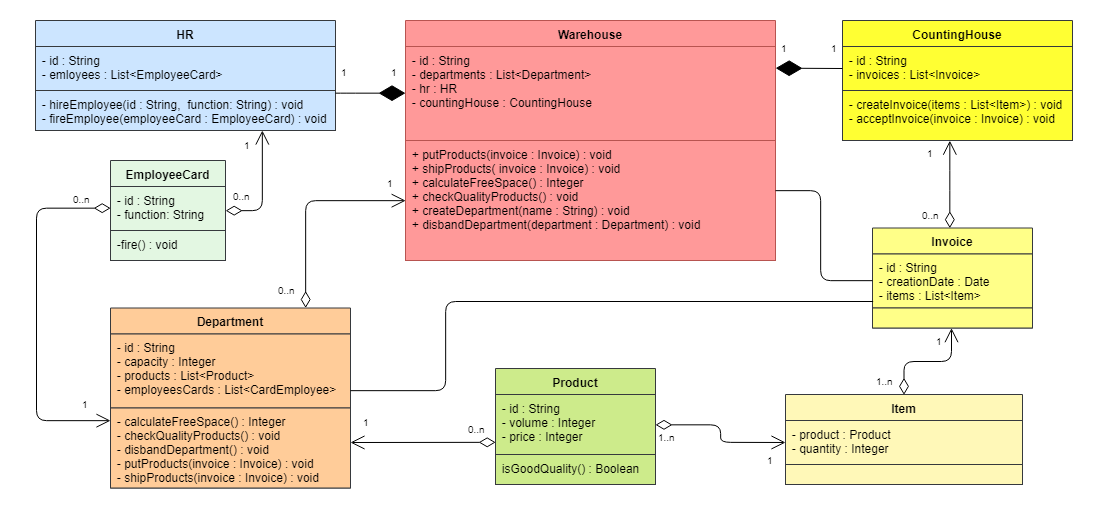
Earlier version of the draw.io export Warehouse.png (MaxValencio/task_7_decompose_warehouse). Source tidied: cells renumbered, new cells last; positions are measured from the earlier drawing's top-left corner, leaving out a move shared by most shapes.
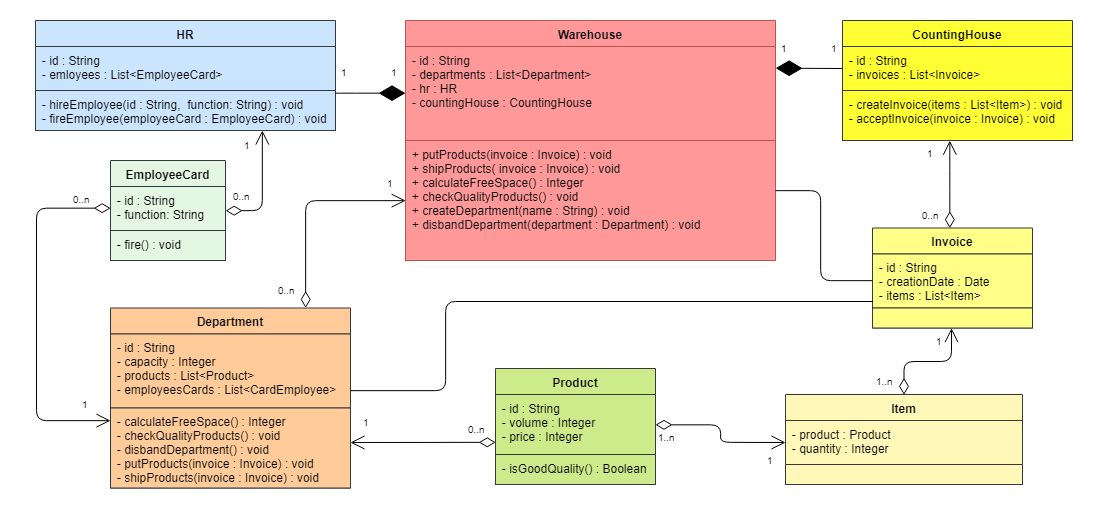
Later version of the same file.

The edit, as a diff of the source:
```diff
@@ -35,7 +35,7 @@
     <mxCell id="12" value="- id : String&#10;- volume : Integer&#10;- price : Integer&#10;&#10;" style="text;strokeColor=#36393d;fillColor=#cdeb8b;align=left;verticalAlign=top;spacingLeft=4;spacingRight=4;overflow=hidden;points=[[0,0.5],[1,0.5]];portConstraint=eastwest;" parent="11" vertex="1">
       <mxGeometry y="26" width="160" height="60" as="geometry" />
     </mxCell>
-    <mxCell id="13" value="isGoodQuality() : Boolean" style="text;strokeColor=#36393d;fillColor=#cdeb8b;align=left;verticalAlign=top;spacingLeft=4;spacingRight=4;overflow=hidden;" parent="11" vertex="1">
+    <mxCell id="13" value="- isGoodQuality() : Boolean" style="text;strokeColor=#36393d;fillColor=#cdeb8b;align=left;verticalAlign=top;spacingLeft=4;spacingRight=4;overflow=hidden;" parent="11" vertex="1">
       <mxGeometry y="86" width="160" height="30" as="geometry" />
     </mxCell>
     <mxCell id="14" value="CountingHouse" style="swimlane;fontStyle=1;align=center;verticalAlign=top;horizontal=1;startSize=26;rounded=0;shadow=0;glass=0;comic=0;fillColor=#FFFF33;strokeColor=#36393d;" parent="1" vertex="1">
@@ -62,7 +62,7 @@
     <mxCell id="21" value="- id : String&#10;- function: String&#10;" style="text;strokeColor=#36393d;fillColor=#E3F7E2;align=left;verticalAlign=top;spacingLeft=4;spacingRight=4;overflow=hidden;points=[[0,0.5],[1,0.5]];portConstraint=eastwest;" parent="20" vertex="1">
       <mxGeometry y="26" width="115" height="44" as="geometry" />
     </mxCell>
-    <mxCell id="22" value="-fire() : void" style="text;strokeColor=#36393d;fillColor=#E3F7E2;align=left;verticalAlign=top;spacingLeft=4;spacingRight=4;overflow=hidden;" parent="20" vertex="1">
+    <mxCell id="22" value="- fire() : void" style="text;strokeColor=#36393d;fillColor=#E3F7E2;align=left;verticalAlign=top;spacingLeft=4;spacingRight=4;overflow=hidden;" parent="20" vertex="1">
       <mxGeometry y="70" width="115" height="30" as="geometry" />
     </mxCell>
     <mxCell id="23" style="endArrow=diamondThin;endFill=1;endSize=24;html=1;edgeStyle=orthogonalEdgeStyle;" parent="1" edge="1" source="19" target="3">
```
